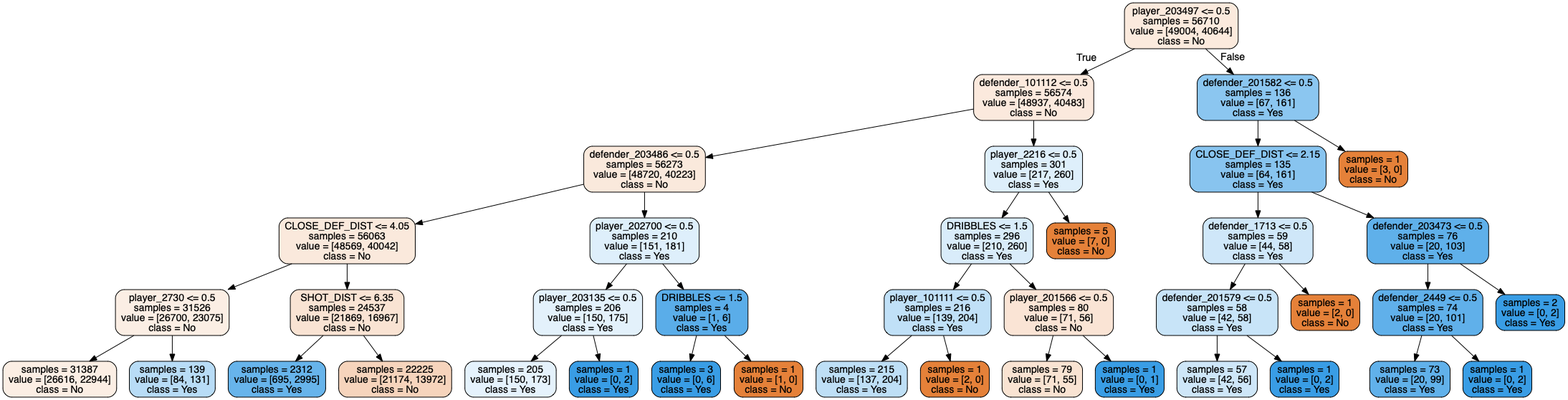
Before: forest_tree_new0.png, a diagram exported from Graphviz (tianyi5309/303project). Its source is kept beside it as forest_tree_new0.dot.
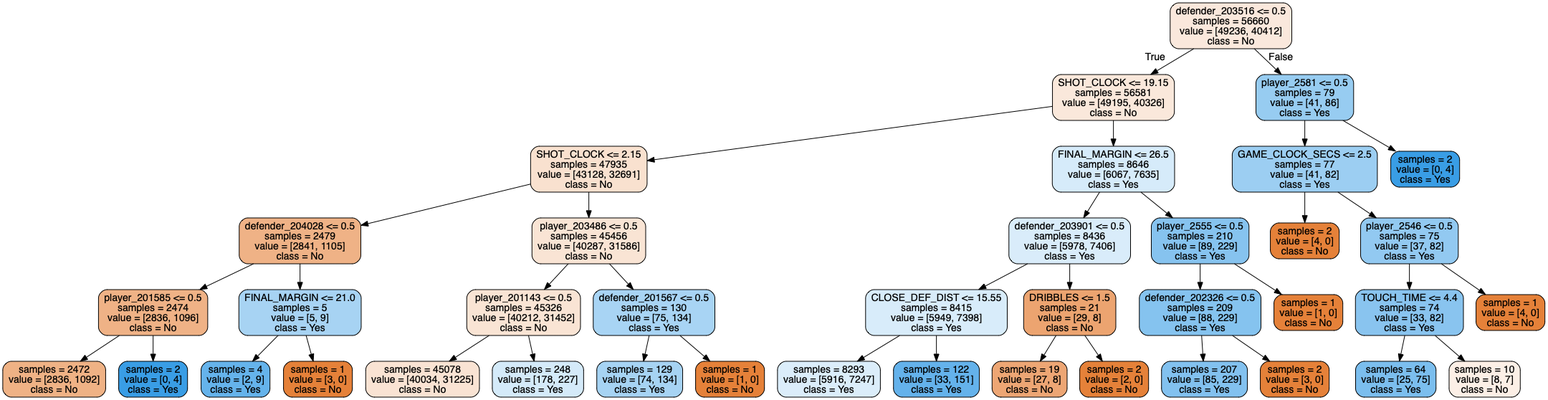
The same diagram one commit later.

Diff of the diagram source:
```diff
@@ -1,81 +1,81 @@
 digraph Tree {
 node [shape=box, style="filled, rounded", color="black", fontname=helvetica] ;
 edge [fontname=helvetica] ;
-0 [label="player_203497 <= 0.5\nsamples = 56710\nvalue = [49004, 40644]\nclass = No", fillcolor="#fbeadd"] ;
-1 [label="defender_101112 <= 0.5\nsamples = 56574\nvalue = [48937, 40483]\nclass = No", fillcolor="#fbe9dd"] ;
+0 [label="defender_203516 <= 0.5\nsamples = 56660\nvalue = [49236, 40412]\nclass = No", fillcolor="#fae8dc"] ;
+1 [label="SHOT_CLOCK <= 19.15\nsamples = 56581\nvalue = [49195, 40326]\nclass = No", fillcolor="#fae8db"] ;
 0 -> 1 [labeldistance=2.5, labelangle=45, headlabel="True"] ;
-2 [label="defender_203486 <= 0.5\nsamples = 56273\nvalue = [48720, 40223]\nclass = No", fillcolor="#fae9dc"] ;
+2 [label="SHOT_CLOCK <= 2.15\nsamples = 47935\nvalue = [43128, 32691]\nclass = No", fillcolor="#f9e1cf"] ;
 1 -> 2 ;
-3 [label="CLOSE_DEF_DIST <= 4.05\nsamples = 56063\nvalue = [48569, 40042]\nclass = No", fillcolor="#fae9dc"] ;
+3 [label="defender_204028 <= 0.5\nsamples = 2479\nvalue = [2841, 1105]\nclass = No", fillcolor="#efb286"] ;
 2 -> 3 ;
-4 [label="player_2730 <= 0.5\nsamples = 31526\nvalue = [26700, 23075]\nclass = No", fillcolor="#fbeee4"] ;
+4 [label="player_201585 <= 0.5\nsamples = 2474\nvalue = [2836, 1096]\nclass = No", fillcolor="#efb286"] ;
 3 -> 4 ;
-5 [label="samples = 31387\nvalue = [26616, 22944]\nclass = No", fillcolor="#fbeee4"] ;
+5 [label="samples = 2472\nvalue = [2836, 1092]\nclass = No", fillcolor="#efb285"] ;
 4 -> 5 ;
-6 [label="samples = 139\nvalue = [84, 131]\nclass = Yes", fillcolor="#b8dcf6"] ;
+6 [label="samples = 2\nvalue = [0, 4]\nclass = Yes", fillcolor="#399de5"] ;
 4 -> 6 ;
-7 [label="SHOT_DIST <= 6.35\nsamples = 24537\nvalue = [21869, 16967]\nclass = No", fillcolor="#f9e3d3"] ;
+7 [label="FINAL_MARGIN <= 21.0\nsamples = 5\nvalue = [5, 9]\nclass = Yes", fillcolor="#a7d3f3"] ;
 3 -> 7 ;
-8 [label="samples = 2312\nvalue = [695, 2995]\nclass = Yes", fillcolor="#67b4eb"] ;
+8 [label="samples = 4\nvalue = [2, 9]\nclass = Yes", fillcolor="#65b3eb"] ;
 7 -> 8 ;
-9 [label="samples = 22225\nvalue = [21174, 13972]\nclass = No", fillcolor="#f6d4bc"] ;
+9 [label="samples = 1\nvalue = [3, 0]\nclass = No", fillcolor="#e58139"] ;
 7 -> 9 ;
-10 [label="player_202700 <= 0.5\nsamples = 210\nvalue = [151, 181]\nclass = Yes", fillcolor="#deeffb"] ;
+10 [label="player_203486 <= 0.5\nsamples = 45456\nvalue = [40287, 31586]\nclass = No", fillcolor="#f9e4d4"] ;
 2 -> 10 ;
-11 [label="player_203135 <= 0.5\nsamples = 206\nvalue = [150, 175]\nclass = Yes", fillcolor="#e3f1fb"] ;
+11 [label="player_201143 <= 0.5\nsamples = 45326\nvalue = [40212, 31452]\nclass = No", fillcolor="#f9e4d4"] ;
 10 -> 11 ;
-12 [label="samples = 205\nvalue = [150, 173]\nclass = Yes", fillcolor="#e5f2fc"] ;
+12 [label="samples = 45078\nvalue = [40034, 31225]\nclass = No", fillcolor="#f9e3d3"] ;
 11 -> 12 ;
-13 [label="samples = 1\nvalue = [0, 2]\nclass = Yes", fillcolor="#399de5"] ;
+13 [label="samples = 248\nvalue = [178, 227]\nclass = Yes", fillcolor="#d4eaf9"] ;
 11 -> 13 ;
-14 [label="DRIBBLES <= 1.5\nsamples = 4\nvalue = [1, 6]\nclass = Yes", fillcolor="#5aade9"] ;
+14 [label="defender_201567 <= 0.5\nsamples = 130\nvalue = [75, 134]\nclass = Yes", fillcolor="#a8d4f4"] ;
 10 -> 14 ;
-15 [label="samples = 3\nvalue = [0, 6]\nclass = Yes", fillcolor="#399de5"] ;
+15 [label="samples = 129\nvalue = [74, 134]\nclass = Yes", fillcolor="#a6d3f3"] ;
 14 -> 15 ;
 16 [label="samples = 1\nvalue = [1, 0]\nclass = No", fillcolor="#e58139"] ;
 14 -> 16 ;
-17 [label="player_2216 <= 0.5\nsamples = 301\nvalue = [217, 260]\nclass = Yes", fillcolor="#deeffb"] ;
+17 [label="FINAL_MARGIN <= 26.5\nsamples = 8646\nvalue = [6067, 7635]\nclass = Yes", fillcolor="#d6ebfa"] ;
 1 -> 17 ;
-18 [label="DRIBBLES <= 1.5\nsamples = 296\nvalue = [210, 260]\nclass = Yes", fillcolor="#d9ecfa"] ;
+18 [label="defender_203901 <= 0.5\nsamples = 8436\nvalue = [5978, 7406]\nclass = Yes", fillcolor="#d9ecfa"] ;
 17 -> 18 ;
-19 [label="player_101111 <= 0.5\nsamples = 216\nvalue = [139, 204]\nclass = Yes", fillcolor="#c0e0f7"] ;
+19 [label="CLOSE_DEF_DIST <= 15.55\nsamples = 8415\nvalue = [5949, 7398]\nclass = Yes", fillcolor="#d8ecfa"] ;
 18 -> 19 ;
-20 [label="samples = 215\nvalue = [137, 204]\nclass = Yes", fillcolor="#bedff6"] ;
+20 [label="samples = 8293\nvalue = [5916, 7247]\nclass = Yes", fillcolor="#dbedfa"] ;
 19 -> 20 ;
-21 [label="samples = 1\nvalue = [2, 0]\nclass = No", fillcolor="#e58139"] ;
+21 [label="samples = 122\nvalue = [33, 151]\nclass = Yes", fillcolor="#64b2eb"] ;
 19 -> 21 ;
-22 [label="player_201566 <= 0.5\nsamples = 80\nvalue = [71, 56]\nclass = No", fillcolor="#fae4d5"] ;
+22 [label="DRIBBLES <= 1.5\nsamples = 21\nvalue = [29, 8]\nclass = No", fillcolor="#eca470"] ;
 18 -> 22 ;
-23 [label="samples = 79\nvalue = [71, 55]\nclass = No", fillcolor="#f9e3d2"] ;
+23 [label="samples = 19\nvalue = [27, 8]\nclass = No", fillcolor="#eda674"] ;
 22 -> 23 ;
-24 [label="samples = 1\nvalue = [0, 1]\nclass = Yes", fillcolor="#399de5"] ;
+24 [label="samples = 2\nvalue = [2, 0]\nclass = No", fillcolor="#e58139"] ;
 22 -> 24 ;
-25 [label="samples = 5\nvalue = [7, 0]\nclass = No", fillcolor="#e58139"] ;
+25 [label="player_2555 <= 0.5\nsamples = 210\nvalue = [89, 229]\nclass = Yes", fillcolor="#86c3ef"] ;
 17 -> 25 ;
-26 [label="defender_201582 <= 0.5\nsamples = 136\nvalue = [67, 161]\nclass = Yes", fillcolor="#8bc6f0"] ;
-0 -> 26 [labeldistance=2.5, labelangle=-45, headlabel="False"] ;
-27 [label="CLOSE_DEF_DIST <= 2.15\nsamples = 135\nvalue = [64, 161]\nclass = Yes", fillcolor="#88c4ef"] ;
+26 [label="defender_202326 <= 0.5\nsamples = 209\nvalue = [88, 229]\nclass = Yes", fillcolor="#85c3ef"] ;
+25 -> 26 ;
+27 [label="samples = 207\nvalue = [85, 229]\nclass = Yes", fillcolor="#82c1ef"] ;
 26 -> 27 ;
-28 [label="defender_1713 <= 0.5\nsamples = 59\nvalue = [44, 58]\nclass = Yes", fillcolor="#cfe7f9"] ;
-27 -> 28 ;
-29 [label="defender_201579 <= 0.5\nsamples = 58\nvalue = [42, 58]\nclass = Yes", fillcolor="#c8e4f8"] ;
-28 -> 29 ;
-30 [label="samples = 57\nvalue = [42, 56]\nclass = Yes", fillcolor="#cee6f8"] ;
-29 -> 30 ;
-31 [label="samples = 1\nvalue = [0, 2]\nclass = Yes", fillcolor="#399de5"] ;
-29 -> 31 ;
-32 [label="samples = 1\nvalue = [2, 0]\nclass = No", fillcolor="#e58139"] ;
-28 -> 32 ;
-33 [label="defender_203473 <= 0.5\nsamples = 76\nvalue = [20, 103]\nclass = Yes", fillcolor="#5fb0ea"] ;
-27 -> 33 ;
-34 [label="defender_2449 <= 0.5\nsamples = 74\nvalue = [20, 101]\nclass = Yes", fillcolor="#60b0ea"] ;
+28 [label="samples = 2\nvalue = [3, 0]\nclass = No", fillcolor="#e58139"] ;
+26 -> 28 ;
+29 [label="samples = 1\nvalue = [1, 0]\nclass = No", fillcolor="#e58139"] ;
+25 -> 29 ;
+30 [label="player_2581 <= 0.5\nsamples = 79\nvalue = [41, 86]\nclass = Yes", fillcolor="#97ccf1"] ;
+0 -> 30 [labeldistance=2.5, labelangle=-45, headlabel="False"] ;
+31 [label="GAME_CLOCK_SECS <= 2.5\nsamples = 77\nvalue = [41, 82]\nclass = Yes", fillcolor="#9ccef2"] ;
+30 -> 31 ;
+32 [label="samples = 2\nvalue = [4, 0]\nclass = No", fillcolor="#e58139"] ;
+31 -> 32 ;
+33 [label="player_2546 <= 0.5\nsamples = 75\nvalue = [37, 82]\nclass = Yes", fillcolor="#92c9f1"] ;
+31 -> 33 ;
+34 [label="TOUCH_TIME <= 4.4\nsamples = 74\nvalue = [33, 82]\nclass = Yes", fillcolor="#89c4ef"] ;
 33 -> 34 ;
-35 [label="samples = 73\nvalue = [20, 99]\nclass = Yes", fillcolor="#61b1ea"] ;
+35 [label="samples = 64\nvalue = [25, 75]\nclass = Yes", fillcolor="#7bbeee"] ;
 34 -> 35 ;
-36 [label="samples = 1\nvalue = [0, 2]\nclass = Yes", fillcolor="#399de5"] ;
+36 [label="samples = 10\nvalue = [8, 7]\nclass = No", fillcolor="#fcefe6"] ;
 34 -> 36 ;
-37 [label="samples = 2\nvalue = [0, 2]\nclass = Yes", fillcolor="#399de5"] ;
+37 [label="samples = 1\nvalue = [4, 0]\nclass = No", fillcolor="#e58139"] ;
 33 -> 37 ;
-38 [label="samples = 1\nvalue = [3, 0]\nclass = No", fillcolor="#e58139"] ;
-26 -> 38 ;
+38 [label="samples = 2\nvalue = [0, 4]\nclass = Yes", fillcolor="#399de5"] ;
+30 -> 38 ;
 }
```
